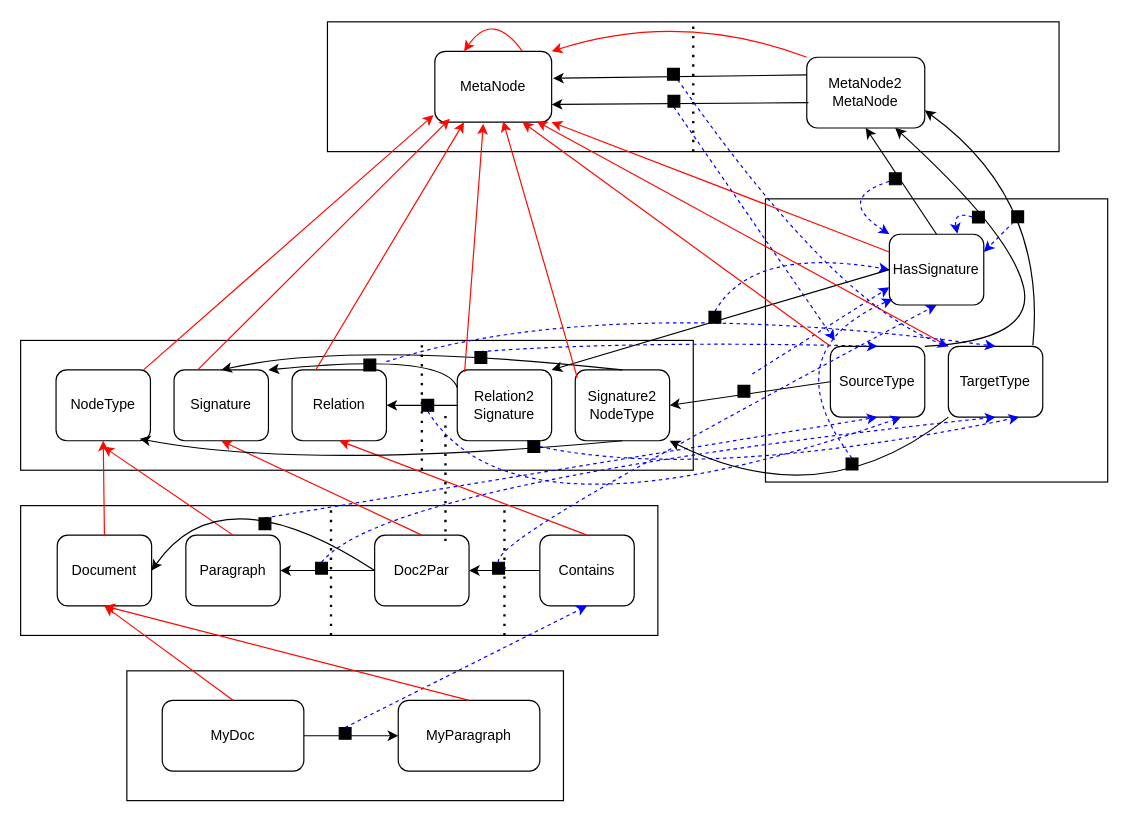
kneissler/trigraph keeps this draw.io diagram as TrigraphMetaDiagram.drawio. Above is the earlier version. Source tidied: cells renumbered, new cells numbered last; positions are measured from the earlier drawing's top-left corner, leaving out a move shared by most shapes. Both pictures are drawn from the tidied source at 118%, with x=0, y=0 at pixel (20, 9).
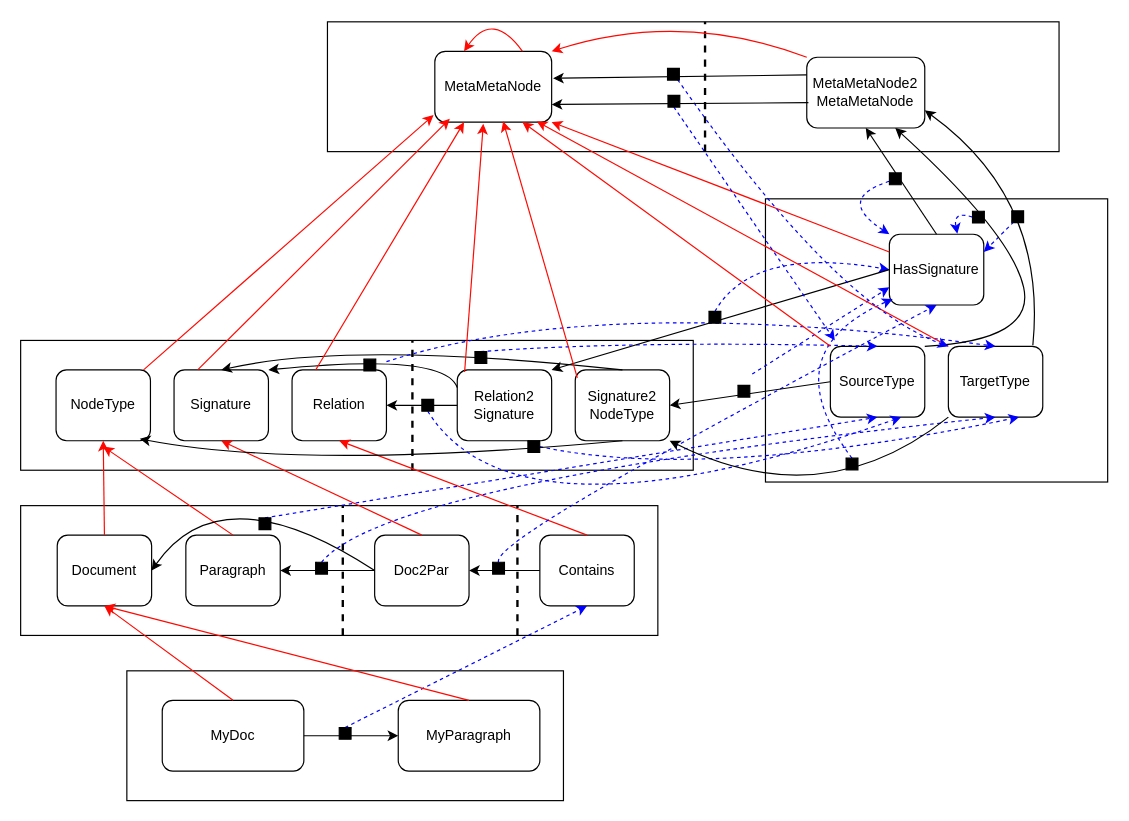
The same page after the edit.

The edit, as a diff of the source:
```diff
@@
-    <mxCell id="18" style="endArrow=none;dashed=1;html=1;dashPattern=1 3;strokeWidth=2;rounded=0;entryX=0.75;entryY=0;entryDx=0;entryDy=0;exitX=0.75;exitY=1;exitDx=0;exitDy=0;" parent="1" edge="1">
+    <mxCell id="18" style="endArrow=none;dashed=1;html=1;strokeWidth=2;rounded=0;entryX=0.75;entryY=0;entryDx=0;entryDy=0;exitX=0.75;exitY=1;exitDx=0;exitDy=0;" parent="1" edge="1">
       <mxGeometry relative="1" as="geometry">
-        <mxPoint x="263" y="530" as="sourcePoint" />
-        <mxPoint x="263" y="420" as="targetPoint" />
+        <mxPoint x="273" y="530" as="sourcePoint" />
+        <mxPoint x="273" y="420" as="targetPoint" />
       </mxGeometry>
     </mxCell>
-    <mxCell id="19" style="endArrow=none;dashed=1;html=1;dashPattern=1 3;strokeWidth=2;rounded=0;entryX=0.75;entryY=0;entryDx=0;entryDy=0;exitX=0.75;exitY=1;exitDx=0;exitDy=0;" parent="1" edge="1">
+    <mxCell id="19" style="endArrow=none;dashed=1;html=1;strokeWidth=2;rounded=0;entryX=0.75;entryY=0;entryDx=0;entryDy=0;exitX=0.75;exitY=1;exitDx=0;exitDy=0;" parent="1" edge="1">
       <mxGeometry relative="1" as="geometry">
-        <mxPoint x="340" y="390" as="sourcePoint" />
-        <mxPoint x="340" y="280" as="targetPoint" />
+        <mxPoint x="332" y="390" as="sourcePoint" />
+        <mxPoint x="332" y="280" as="targetPoint" />
       </mxGeometry>
     </mxCell>
@@
-    <mxCell id="21" value="MetaNode" style="rounded=1;whiteSpace=wrap;html=1;" parent="1" vertex="1">
+    <mxCell id="21" value="MetaMetaNode" style="rounded=1;whiteSpace=wrap;html=1;" parent="1" vertex="1">
       <mxGeometry x="351" y="35" width="99" height="60" as="geometry" />
     </mxCell>
@@
-    <mxCell id="40" style="endArrow=none;dashed=1;html=1;dashPattern=1 3;strokeWidth=2;rounded=0;entryX=0.75;entryY=0;entryDx=0;entryDy=0;exitX=0.75;exitY=1;exitDx=0;exitDy=0;" parent="1" edge="1">
+    <mxCell id="40" style="endArrow=none;dashed=1;html=1;strokeWidth=2;rounded=0;entryX=0.75;entryY=0;entryDx=0;entryDy=0;exitX=0.75;exitY=1;exitDx=0;exitDy=0;" parent="1" edge="1">
       <mxGeometry relative="1" as="geometry">
-        <mxPoint x="410" y="530" as="sourcePoint" />
-        <mxPoint x="410" y="420" as="targetPoint" />
+        <mxPoint x="421" y="530" as="sourcePoint" />
+        <mxPoint x="421" y="420" as="targetPoint" />
       </mxGeometry>
     </mxCell>
@@
-    <mxCell id="72" value="MetaNode2&lt;br&gt;MetaNode" style="rounded=1;whiteSpace=wrap;html=1;" parent="1" vertex="1">
+    <mxCell id="72" value="MetaMetaNode2&lt;br&gt;MetaMetaNode" style="rounded=1;whiteSpace=wrap;html=1;" parent="1" vertex="1">
       <mxGeometry x="666.2" y="40" width="100" height="60" as="geometry" />
     </mxCell>
@@
-    <mxCell id="82" style="endArrow=none;dashed=1;html=1;dashPattern=1 3;strokeWidth=2;rounded=0;entryX=0.75;entryY=0;entryDx=0;entryDy=0;exitX=0.75;exitY=1;exitDx=0;exitDy=0;" parent="1" edge="1">
-      <mxGeometry relative="1" as="geometry">
-        <mxPoint x="360" y="450" as="sourcePoint" />
-        <mxPoint x="360" y="340" as="targetPoint" />
-      </mxGeometry>
-    </mxCell>
-    <mxCell id="83" style="endArrow=none;dashed=1;html=1;dashPattern=1 3;strokeWidth=2;rounded=0;entryX=0.75;entryY=0;entryDx=0;entryDy=0;exitX=0.75;exitY=1;exitDx=0;exitDy=0;" parent="1" edge="1">
+    <mxCell id="83" style="endArrow=none;dashed=1;html=1;strokeWidth=2;rounded=0;entryX=0.75;entryY=0;entryDx=0;entryDy=0;exitX=0.75;exitY=1;exitDx=0;exitDy=0;" parent="1" edge="1">
       <mxGeometry relative="1" as="geometry">
-        <mxPoint x="570" y="120" as="sourcePoint" />
-        <mxPoint x="570" y="10" as="targetPoint" />
+        <mxPoint x="580" y="120" as="sourcePoint" />
+        <mxPoint x="580" y="10" as="targetPoint" />
       </mxGeometry>
     </mxCell>
```
